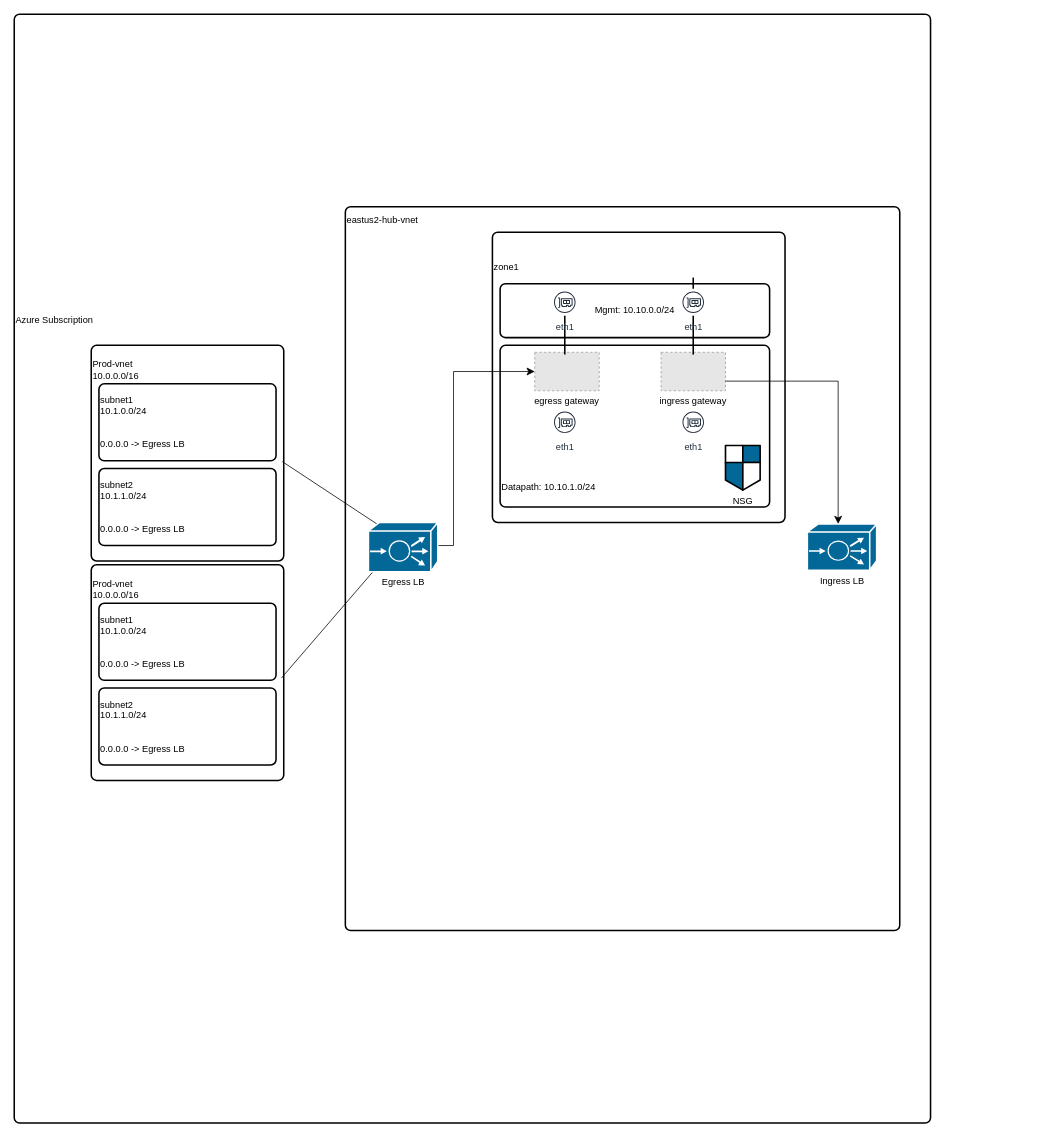
The draw.io diagram page "Azure-Subscription" (1 of 5) of cisco-mcd-customer-x-v1.drawio in vagner-instructor/topologies, before the edit. Source tidied: cells renumbered, new cells numbered last; positions are measured from the earlier drawing's top-left corner, leaving out a move shared by most shapes. Both pictures are drawn from the tidied source at 77%, with x=0, y=0 at pixel (14, 14). Pictures stored in the file or linked from it are replaced by grey dashed boxes.
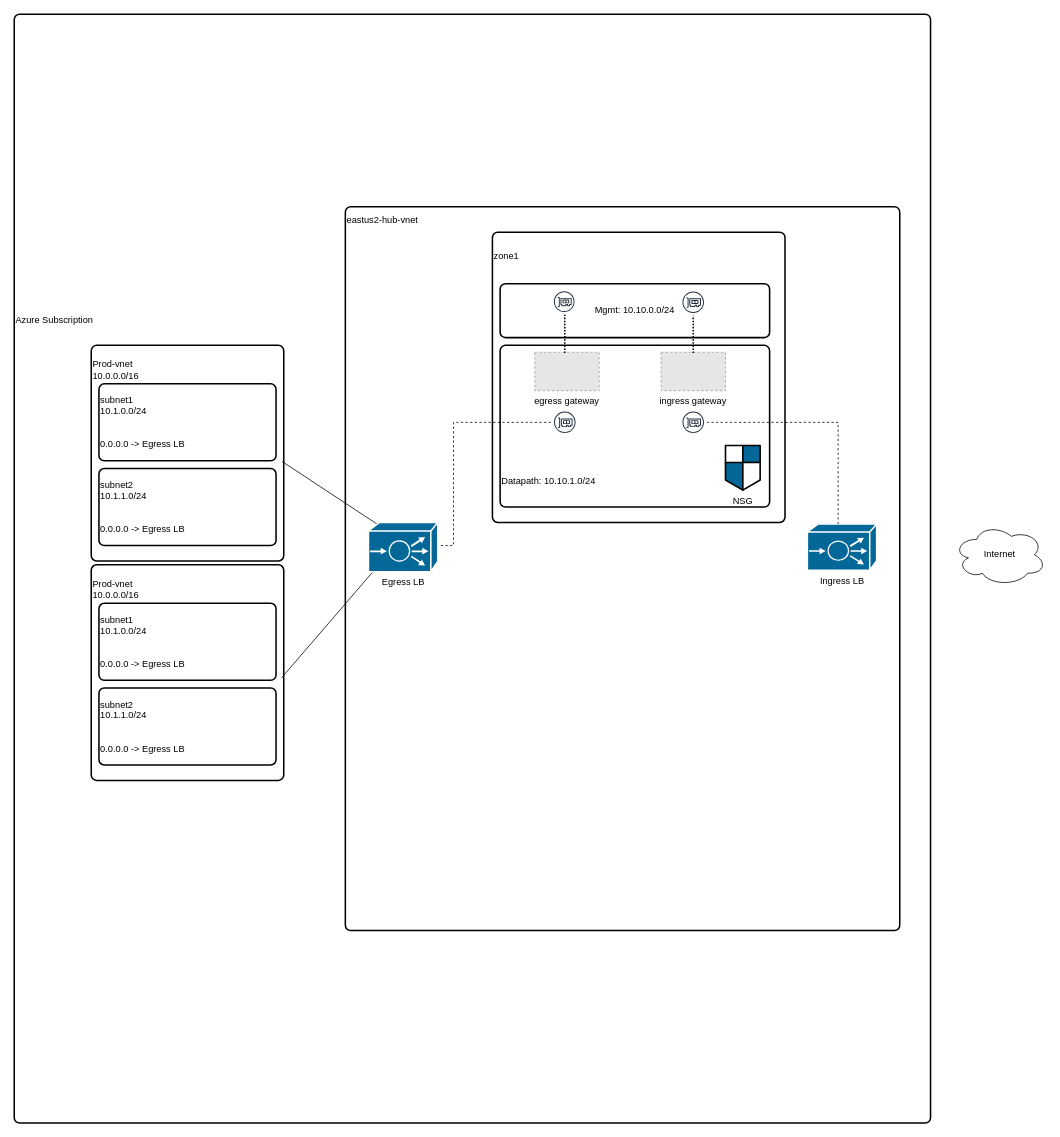
The same page after the edit.

The change refers to these unchanged cells:
```xml
<mxCell id="15" value="egress gateway" style="fillColor=#E6E6E6;strokeColor=#999999;dashed=1;verticalLabelPosition=bottom;labelBackgroundColor=default;verticalAlign=top;" parent="1" vertex="1">
  <mxGeometry x="676" y="439" width="83.7" height="50" as="geometry" />
</mxCell>
<mxCell id="16" value="ingress gateway" style="fillColor=#E6E6E6;strokeColor=#999999;dashed=1;verticalLabelPosition=bottom;labelBackgroundColor=default;verticalAlign=top;" parent="1" vertex="1">
  <mxGeometry x="840" y="439" width="83.7" height="50" as="geometry" />
</mxCell>
<mxCell id="20" value="Ingress LB" style="shape=mxgraph.cisco.misc.ace;sketch=0;html=1;dashed=0;fillColor=#036897;strokeColor=#ffffff;strokeWidth=2;verticalLabelPosition=bottom;verticalAlign=top;align=center;outlineConnect=0;" parent="1" vertex="1">
  <mxGeometry x="1030" y="662" width="90" height="60" as="geometry" />
</mxCell>
```

Diff of the diagram source:
```diff
@@
-    <mxCell id="12" value="zone1&lt;div&gt;&lt;br&gt;&lt;/div&gt;&lt;div&gt;&lt;br&gt;&lt;/div&gt;&lt;div&gt;&lt;br&gt;&lt;/div&gt;&lt;div&gt;&lt;br&gt;&lt;/div&gt;&lt;div&gt;&lt;br&gt;&lt;/div&gt;&lt;div&gt;&lt;br&gt;&lt;/div&gt;&lt;div&gt;&lt;br&gt;&lt;/div&gt;&lt;div&gt;&lt;br&gt;&lt;/div&gt;&lt;div&gt;&lt;br&gt;&lt;/div&gt;&lt;div&gt;&lt;br&gt;&lt;/div&gt;&lt;div&gt;&lt;br&gt;&lt;/div&gt;&lt;div&gt;&lt;br&gt;&lt;/div&gt;&lt;div&gt;&lt;br&gt;&lt;/div&gt;&lt;div&gt;&lt;br&gt;&lt;/div&gt;&lt;div&gt;&lt;br&gt;&lt;/div&gt;&lt;div&gt;&lt;br&gt;&lt;/div&gt;&lt;div&gt;&lt;br&gt;&lt;/div&gt;&lt;div&gt;&lt;br&gt;&lt;/div&gt;&lt;div&gt;&lt;br&gt;&lt;/div&gt;&lt;div style=&quot;&quot;&gt;&lt;br&gt;&lt;/div&gt;" style="rounded=1;whiteSpace=wrap;html=1;absoluteArcSize=1;arcSize=14;strokeWidth=2;align=left;" parent="1" vertex="1">
+    <mxCell id="12" value="zone1&lt;div&gt;&lt;br&gt;&lt;/div&gt;&lt;div&gt;&lt;br&gt;&lt;/div&gt;&lt;div&gt;&lt;br&gt;&lt;/div&gt;&lt;div&gt;&lt;br&gt;&lt;/div&gt;&lt;div&gt;&lt;br&gt;&lt;/div&gt;&lt;div&gt;&lt;br&gt;&lt;/div&gt;&lt;div&gt;&lt;br&gt;&lt;/div&gt;&lt;div&gt;&lt;br&gt;&lt;/div&gt;&lt;div&gt;&lt;br&gt;&lt;/div&gt;&lt;div&gt;&lt;br&gt;&lt;/div&gt;&lt;div&gt;&lt;br&gt;&lt;/div&gt;&lt;div&gt;&lt;br&gt;&lt;/div&gt;&lt;div&gt;&lt;br&gt;&lt;/div&gt;&lt;div&gt;&lt;br&gt;&lt;/div&gt;&lt;div&gt;&lt;br&gt;&lt;/div&gt;&lt;div&gt;&lt;br&gt;&lt;/div&gt;&lt;div&gt;&lt;br&gt;&lt;/div&gt;&lt;div&gt;&lt;br&gt;&lt;/div&gt;&lt;div&gt;&lt;br&gt;&lt;/div&gt;&lt;div style=&quot;&quot;&gt;&lt;br&gt;&lt;/div&gt;&lt;div style=&quot;&quot;&gt;&lt;br&gt;&lt;/div&gt;&lt;div style=&quot;&quot;&gt;&lt;br&gt;&lt;/div&gt;" style="rounded=1;whiteSpace=wrap;html=1;absoluteArcSize=1;arcSize=14;strokeWidth=2;align=left;" parent="1" vertex="1">
       <mxGeometry x="621" y="283" width="380" height="377" as="geometry" />
     </mxCell>
@@
-    <mxCell id="14" value="&lt;div&gt;&lt;br&gt;&lt;/div&gt;&lt;div&gt;&lt;br&gt;&lt;/div&gt;&lt;div&gt;&lt;br&gt;&lt;/div&gt;&lt;div&gt;&lt;br&gt;&lt;/div&gt;&lt;div&gt;&lt;br&gt;&lt;/div&gt;&lt;div&gt;&lt;br&gt;&lt;/div&gt;&lt;div&gt;&lt;br&gt;&lt;/div&gt;&lt;div&gt;&lt;br&gt;&lt;/div&gt;&lt;div&gt;&lt;br&gt;&lt;/div&gt;&lt;div&gt;&lt;br&gt;&lt;/div&gt;&lt;div&gt;&lt;br&gt;&lt;/div&gt;&lt;div&gt;&lt;br&gt;&lt;/div&gt;&lt;div&gt;&lt;br&gt;&lt;/div&gt;&lt;div&gt;&lt;br&gt;&lt;/div&gt;&lt;div&gt;&lt;br&gt;&lt;/div&gt;&lt;div&gt;&lt;br&gt;&lt;/div&gt;&lt;div&gt;&lt;br&gt;&lt;/div&gt;&lt;div&gt;&lt;br&gt;&lt;/div&gt;&lt;div&gt;&lt;br&gt;&lt;/div&gt;&lt;div&gt;&lt;br&gt;&lt;/div&gt;&lt;div&gt;&lt;span style=&quot;background-color: initial;&quot;&gt;Datapath: 10.10.&lt;/span&gt;&lt;span style=&quot;background-color: initial;&quot;&gt;1.0/24&lt;/span&gt;&lt;br&gt;&lt;/div&gt;&lt;div&gt;&lt;span style=&quot;background-color: initial;&quot;&gt;&lt;br&gt;&lt;/span&gt;&lt;/div&gt;&lt;div&gt;&lt;span style=&quot;background-color: initial;&quot;&gt;&lt;br&gt;&lt;/span&gt;&lt;/div&gt;&lt;div&gt;&lt;span style=&quot;background-color: initial;&quot;&gt;&lt;br&gt;&lt;/span&gt;&lt;/div&gt;&lt;div&gt;&lt;span style=&quot;background-color: initial;&quot;&gt;&lt;br&gt;&lt;/span&gt;&lt;/div&gt;&lt;div&gt;&lt;span style=&quot;background-color: initial;&quot;&gt;&lt;br&gt;&lt;/span&gt;&lt;/div&gt;&lt;div&gt;&lt;span style=&quot;background-color: initial;&quot;&gt;&lt;br&gt;&lt;/span&gt;&lt;/div&gt;&lt;div&gt;&lt;span style=&quot;background-color: initial;&quot;&gt;&lt;br&gt;&lt;/span&gt;&lt;/div&gt;&lt;div&gt;&lt;span style=&quot;background-color: initial;&quot;&gt;&lt;br&gt;&lt;/span&gt;&lt;/div&gt;&lt;div&gt;&lt;span style=&quot;background-color: initial;&quot;&gt;&lt;br&gt;&lt;/span&gt;&lt;/div&gt;" style="rounded=1;whiteSpace=wrap;html=1;absoluteArcSize=1;arcSize=14;strokeWidth=2;align=left;" parent="1" vertex="1">
+    <mxCell id="14" value="&lt;div&gt;&lt;br&gt;&lt;/div&gt;&lt;div&gt;&lt;br&gt;&lt;/div&gt;&lt;div&gt;&lt;br&gt;&lt;/div&gt;&lt;div&gt;&lt;br&gt;&lt;/div&gt;&lt;div&gt;&lt;br&gt;&lt;/div&gt;&lt;div&gt;&lt;br&gt;&lt;/div&gt;&lt;div&gt;&lt;br&gt;&lt;/div&gt;&lt;div&gt;&lt;br&gt;&lt;/div&gt;&lt;div&gt;&lt;br&gt;&lt;/div&gt;&lt;div&gt;&lt;br&gt;&lt;/div&gt;&lt;div&gt;&lt;br&gt;&lt;/div&gt;&lt;div&gt;&lt;br&gt;&lt;/div&gt;&lt;div&gt;&lt;br&gt;&lt;/div&gt;&lt;div&gt;&lt;br&gt;&lt;/div&gt;&lt;div&gt;&lt;br&gt;&lt;/div&gt;&lt;div&gt;&lt;br&gt;&lt;/div&gt;&lt;div&gt;&lt;br&gt;&lt;/div&gt;&lt;div&gt;&lt;br&gt;&lt;/div&gt;&lt;div&gt;&lt;br&gt;&lt;/div&gt;&lt;div&gt;&lt;br&gt;&lt;/div&gt;&lt;div&gt;&lt;span style=&quot;background-color: initial;&quot;&gt;Datapath: 10.10.&lt;/span&gt;&lt;span style=&quot;background-color: initial;&quot;&gt;1.0/24&lt;/span&gt;&lt;br&gt;&lt;/div&gt;&lt;div&gt;&lt;span style=&quot;background-color: initial;&quot;&gt;&lt;br&gt;&lt;/span&gt;&lt;/div&gt;&lt;div&gt;&lt;span style=&quot;background-color: initial;&quot;&gt;&lt;br&gt;&lt;/span&gt;&lt;/div&gt;&lt;div&gt;&lt;span style=&quot;background-color: initial;&quot;&gt;&lt;br&gt;&lt;/span&gt;&lt;/div&gt;&lt;div&gt;&lt;span style=&quot;background-color: initial;&quot;&gt;&lt;br&gt;&lt;/span&gt;&lt;/div&gt;&lt;div&gt;&lt;span style=&quot;background-color: initial;&quot;&gt;&lt;br&gt;&lt;/span&gt;&lt;/div&gt;&lt;div&gt;&lt;span style=&quot;background-color: initial;&quot;&gt;&lt;br&gt;&lt;/span&gt;&lt;/div&gt;&lt;div&gt;&lt;span style=&quot;background-color: initial;&quot;&gt;&lt;br&gt;&lt;/span&gt;&lt;/div&gt;&lt;div&gt;&lt;span style=&quot;background-color: initial;&quot;&gt;&lt;br&gt;&lt;/span&gt;&lt;/div&gt;&lt;div&gt;&lt;span style=&quot;background-color: initial;&quot;&gt;&lt;br&gt;&lt;/span&gt;&lt;/div&gt;&lt;div&gt;&lt;span style=&quot;background-color: initial;&quot;&gt;&lt;br&gt;&lt;/span&gt;&lt;/div&gt;" style="rounded=1;whiteSpace=wrap;html=1;absoluteArcSize=1;arcSize=14;strokeWidth=2;align=left;" parent="1" vertex="1">
       <mxGeometry x="631" y="430" width="350" height="210" as="geometry" />
     </mxCell>
@@
-    <mxCell id="17" style="edgeStyle=elbowEdgeStyle;elbow=horizontal;endArrow=classic;html=1;curved=0;rounded=0;endSize=8;startSize=8;exitX=0.905;exitY=0.45;exitDx=0;exitDy=0;exitPerimeter=0;entryX=0;entryY=0.5;entryDx=0;entryDy=0;" parent="1" edge="1" target="15">
+    <mxCell id="17" style="edgeStyle=elbowEdgeStyle;elbow=horizontal;endArrow=none;html=1;curved=0;rounded=0;endSize=8;startSize=8;exitX=0.905;exitY=0.45;exitDx=0;exitDy=0;exitPerimeter=0;endFill=0;dashed=1;" parent="1" edge="1" target="24">
       <mxGeometry relative="1" as="geometry">
         <mxPoint x="542" y="690" as="sourcePoint" />
         <Array as="points">
           <mxPoint x="570.5" y="686.8" />
           <mxPoint x="590.5" y="626.8" />
         </Array>
       </mxGeometry>
     </mxCell>
@@
-    <mxCell id="21" style="edgeStyle=elbowEdgeStyle;elbow=horizontal;endArrow=classic;html=1;curved=0;rounded=0;endSize=8;startSize=8;exitX=1;exitY=0.75;exitDx=0;exitDy=0;" parent="1" edge="1" source="16" target="20">
+    <mxCell id="21" style="edgeStyle=elbowEdgeStyle;elbow=horizontal;endArrow=none;html=1;curved=0;rounded=0;endSize=8;startSize=8;dashed=1;endFill=0;" parent="1" edge="1" source="25" target="20">
       <mxGeometry relative="1" as="geometry">
         <Array as="points">
           <mxPoint x="1070" y="610" />
           <mxPoint x="600.5" y="636.8" />
         </Array>
       </mxGeometry>
     </mxCell>
-    <mxCell id="22" style="line;strokeWidth=2;direction=south;html=1;" parent="1" vertex="1">
-      <mxGeometry x="710" y="360" width="10" height="82" as="geometry" />
+    <mxCell id="22" style="line;strokeWidth=2;direction=south;html=1;dashed=1;dashPattern=1 1;" parent="1" vertex="1">
+      <mxGeometry x="710" y="390" width="10" height="50" as="geometry" />
     </mxCell>
-    <mxCell id="23" style="line;strokeWidth=2;direction=south;html=1;" parent="1" vertex="1">
-      <mxGeometry x="876.8" y="342" width="10" height="100" as="geometry" />
+    <mxCell id="23" style="line;strokeWidth=2;direction=south;html=1;dashed=1;dashPattern=1 1;" parent="1" vertex="1">
+      <mxGeometry x="876.8" y="390" width="10" height="50" as="geometry" />
     </mxCell>
-    <mxCell id="24" value="eth1" style="sketch=0;outlineConnect=0;fontColor=#232F3E;gradientColor=none;strokeColor=#232F3E;fillColor=#ffffff;dashed=0;verticalLabelPosition=bottom;verticalAlign=top;align=center;html=1;fontSize=12;fontStyle=0;shape=mxgraph.aws4.resourceIcon;resIcon=mxgraph.aws4.elastic_network_interface;" parent="1" vertex="1">
+    <mxCell id="24" style="sketch=0;outlineConnect=0;fontColor=#232F3E;gradientColor=none;strokeColor=#232F3E;fillColor=#ffffff;dashed=0;verticalLabelPosition=bottom;verticalAlign=top;align=center;html=1;fontSize=12;fontStyle=0;shape=mxgraph.aws4.resourceIcon;resIcon=mxgraph.aws4.elastic_network_interface;" parent="1" vertex="1">
       <mxGeometry x="697.5" y="512.5" width="35" height="35" as="geometry" />
     </mxCell>
-    <mxCell id="25" value="eth1" style="sketch=0;outlineConnect=0;fontColor=#232F3E;gradientColor=none;strokeColor=#232F3E;fillColor=#ffffff;dashed=0;verticalLabelPosition=bottom;verticalAlign=top;align=center;html=1;fontSize=12;fontStyle=0;shape=mxgraph.aws4.resourceIcon;resIcon=mxgraph.aws4.elastic_network_interface;" parent="1" vertex="1">
+    <mxCell id="25" style="sketch=0;outlineConnect=0;fontColor=#232F3E;gradientColor=none;strokeColor=#232F3E;fillColor=#ffffff;dashed=0;verticalLabelPosition=bottom;verticalAlign=top;align=center;html=1;fontSize=12;fontStyle=0;shape=mxgraph.aws4.resourceIcon;resIcon=mxgraph.aws4.elastic_network_interface;" parent="1" vertex="1">
       <mxGeometry x="864.3" y="512.5" width="35" height="35" as="geometry" />
     </mxCell>
-    <mxCell id="26" value="eth1" style="sketch=0;fontColor=#232F3E;gradientColor=none;strokeColor=#232F3E;fillColor=#ffffff;dashed=0;verticalLabelPosition=bottom;verticalAlign=top;align=center;html=1;fontSize=12;fontStyle=0;shape=mxgraph.aws4.resourceIcon;resIcon=mxgraph.aws4.elastic_network_interface;" parent="1" vertex="1">
-      <mxGeometry x="697.5" y="356.5" width="35" height="35" as="geometry" />
+    <mxCell id="26" style="sketch=0;fontColor=#232F3E;gradientColor=none;strokeColor=#232F3E;fillColor=#ffffff;dashed=0;verticalLabelPosition=bottom;verticalAlign=top;align=center;html=1;fontSize=12;fontStyle=0;shape=mxgraph.aws4.resourceIcon;resIcon=mxgraph.aws4.elastic_network_interface;" parent="1" vertex="1">
+      <mxGeometry x="697.5" y="356.5" width="33.5" height="33.5" as="geometry" />
     </mxCell>
-    <mxCell id="27" value="eth1" style="sketch=0;fontColor=#232F3E;gradientColor=none;strokeColor=#232F3E;fillColor=#ffffff;dashed=0;verticalLabelPosition=bottom;verticalAlign=top;align=center;html=1;fontSize=12;fontStyle=0;shape=mxgraph.aws4.resourceIcon;resIcon=mxgraph.aws4.elastic_network_interface;" parent="1" vertex="1">
+    <mxCell id="27" style="sketch=0;fontColor=#232F3E;gradientColor=none;strokeColor=#232F3E;fillColor=#ffffff;dashed=0;verticalLabelPosition=bottom;verticalAlign=top;align=center;html=1;fontSize=12;fontStyle=0;shape=mxgraph.aws4.resourceIcon;resIcon=mxgraph.aws4.elastic_network_interface;" parent="1" vertex="1">
       <mxGeometry x="864.3" y="356.5" width="35" height="35" as="geometry" />
     </mxCell>
+    <mxCell id="28" value="Internet" style="ellipse;shape=cloud;whiteSpace=wrap;html=1;" parent="1" vertex="1">
+      <mxGeometry x="1220" y="662" width="120" height="80" as="geometry" />
+    </mxCell>
```
